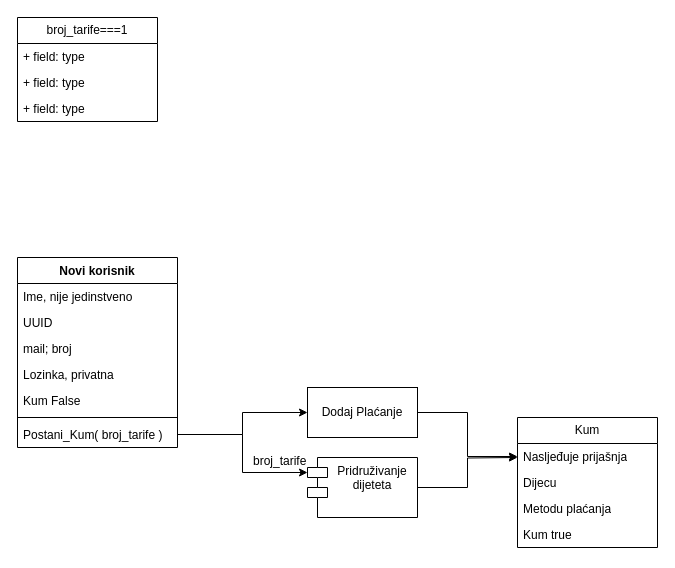
This is Untitled Diagram.drawio from Frane-Bog/Zdenac, a draw.io file, before an edit. Source tidied: cells renumbered, new cells numbered last; positions are measured from the earlier drawing's top-left corner, leaving out a move shared by most shapes. Both pictures are drawn from the tidied source at 100%, with x=0, y=0 at pixel (17, 17).
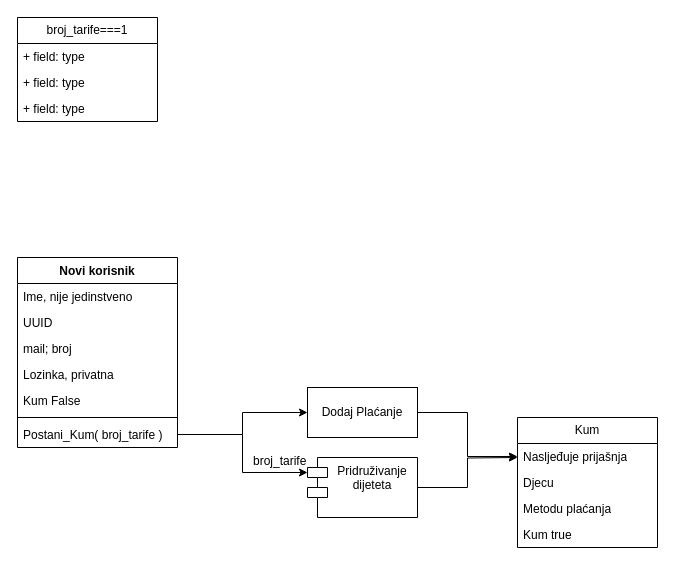
After the change.

The change refers to these unchanged cells:
```xml
<mxCell id="2" value="Kum" style="swimlane;fontStyle=0;horizontal=1;startSize=26;fillColor=none;whiteSpace=wrap;html=1;" parent="1" vertex="1">
  <mxGeometry x="500" y="400" width="140" height="130" as="geometry" />
</mxCell>
```

Change to the diagram source:
```diff
@@
-    <mxCell id="4" value="Dijecu" style="text;strokeColor=none;fillColor=none;align=left;verticalAlign=top;spacingLeft=4;spacingRight=4;overflow=hidden;whiteSpace=wrap;html=1;" parent="2" vertex="1">
+    <mxCell id="4" value="Djecu" style="text;strokeColor=none;fillColor=none;align=left;verticalAlign=top;spacingLeft=4;spacingRight=4;overflow=hidden;whiteSpace=wrap;html=1;" parent="2" vertex="1">
       <mxGeometry y="52" width="140" height="26" as="geometry" />
     </mxCell>
```
